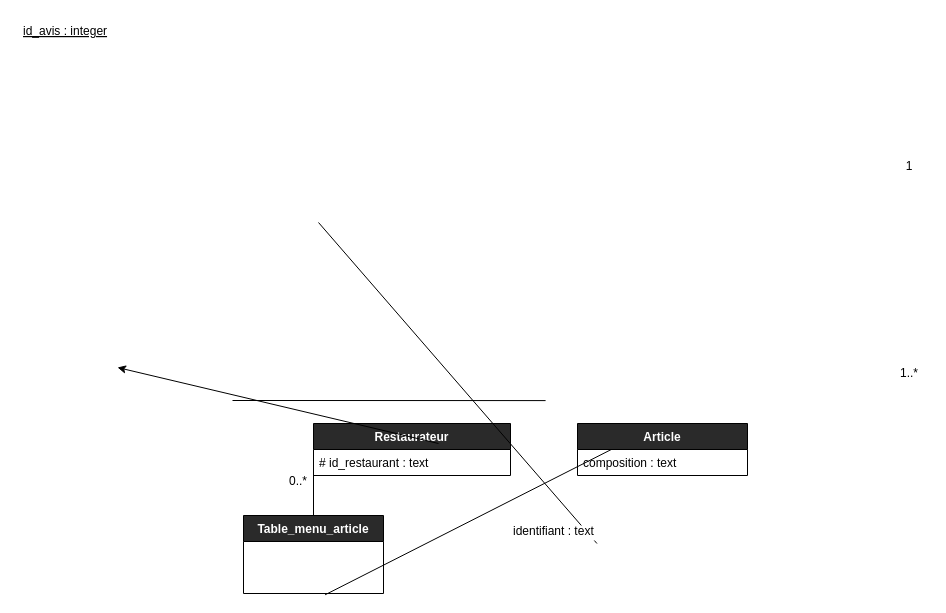
TheAIWizard/Ensaeats keeps this draw.io diagram as diagrammes/diagramme_logique.drawio. Above is the earlier version. Source tidied: cells renumbered, new cells numbered last; positions are measured from the earlier drawing's top-left corner, leaving out a move shared by most shapes. Both pictures are drawn from the tidied source at 100%, with x=0, y=0 at pixel (17, 17).
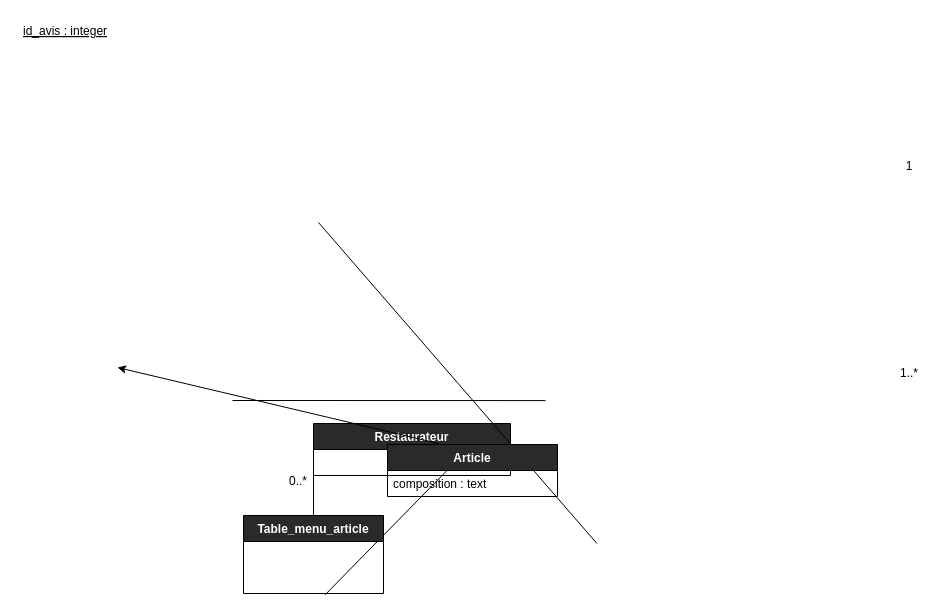
The same diagram, later.

Unchanged cells that the change refers to:
```xml
<mxCell id="5" value="Restaurateur" style="swimlane;fontStyle=1;horizontal=1;startSize=26;rounded=0;shadow=0;glass=0;sketch=0;fillColor=#2a2a2a;fontColor=#FFFFFF;" parent="1" vertex="1">
  <mxGeometry x="296" y="406" width="197" height="52" as="geometry" />
</mxCell>
```

The edit, as a diff of the source:
```diff
@@
-    <mxCell id="6" value="# id_restaurant : text" style="text;strokeColor=none;fillColor=none;align=left;verticalAlign=top;spacingLeft=4;spacingRight=4;overflow=hidden;labelBackgroundColor=#ffffff;fontColor=#000000;" parent="5" vertex="1">
-      <mxGeometry y="26" width="197" height="26" as="geometry" />
-    </mxCell>
-    <mxCell id="7" style="endArrow=none;html=1;strokeColor=#000000;entryX=0.454;entryY=1;entryDx=0;entryDy=0;entryPerimeter=0;" parent="1" edge="1" target="17">
+    <mxCell id="7" style="endArrow=none;html=1;strokeColor=#000000;entryX=0.454;entryY=1;entryDx=0;entryDy=0;entryPerimeter=0;" parent="1" edge="1">
       <mxGeometry relative="1" as="geometry">
         <mxPoint x="301" y="205" as="sourcePoint" />
+        <mxPoint x="579.4" y="526" as="targetPoint" />
       </mxGeometry>
     </mxCell>
@@
     <mxCell id="9" value="Article" style="swimlane;fontStyle=1;horizontal=1;startSize=26;rounded=0;shadow=0;glass=0;sketch=0;fillColor=#2a2a2a;fontColor=#FFFFFF;" parent="1" vertex="1">
-      <mxGeometry x="560" y="406" width="170" height="52" as="geometry" />
+      <mxGeometry x="370" y="427" width="170" height="52" as="geometry" />
     </mxCell>
@@
-    <mxCell id="17" value="identifiant : text" style="text;strokeColor=none;fillColor=none;align=left;verticalAlign=top;spacingLeft=4;spacingRight=4;overflow=hidden;points=[[0,0.5],[1,0.5]];portConstraint=eastwest;labelBackgroundColor=#ffffff;fontColor=#000000;" parent="1" vertex="1">
-      <mxGeometry x="490" y="500" width="197" height="26" as="geometry" />
-    </mxCell>
```
